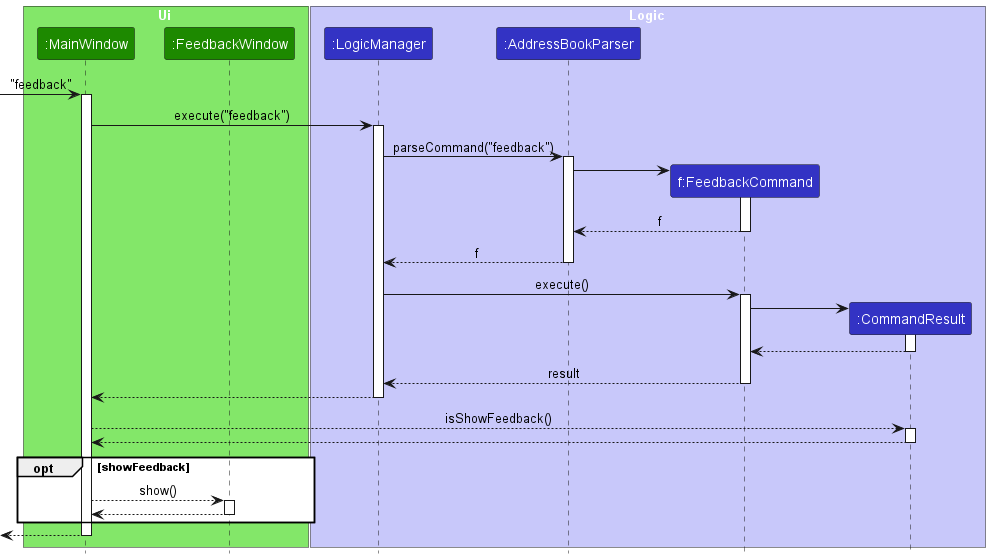
Before: docs/images/FeedbackSequenceDiagram.png, a diagram exported from PlantUML (tanteckfang/tp).
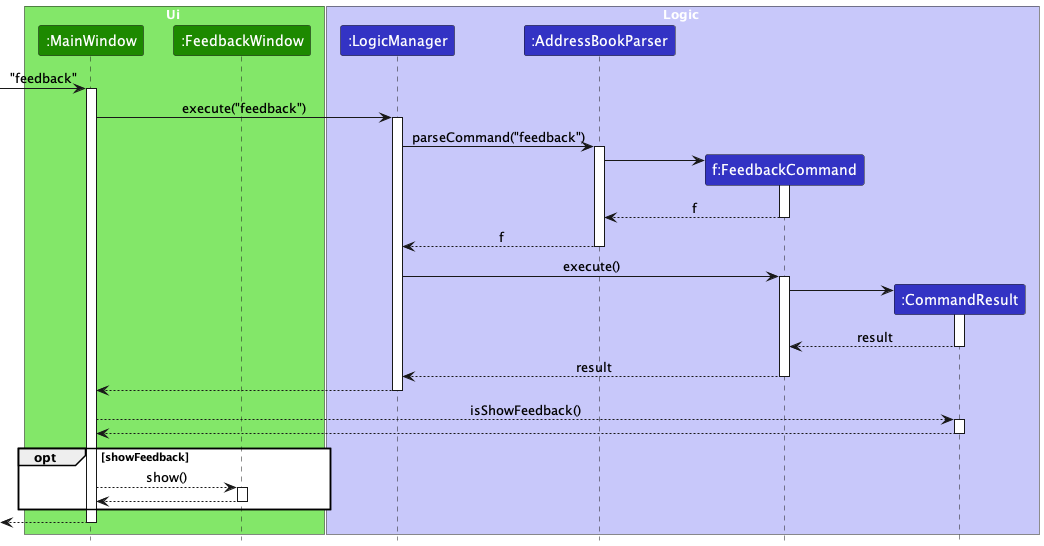
After the commit.

Commit message:
Update feedback sequence diagram and developer guide

Diff of the diagram source:
```diff
@@ -40,7 +40,7 @@
 FeedbackCommand -> CommandResult
 activate CommandResult
 
-CommandResult --> FeedbackCommand
+CommandResult --> FeedbackCommand : result
 deactivate CommandResult
 
 FeedbackCommand --> LogicManager : result
```
